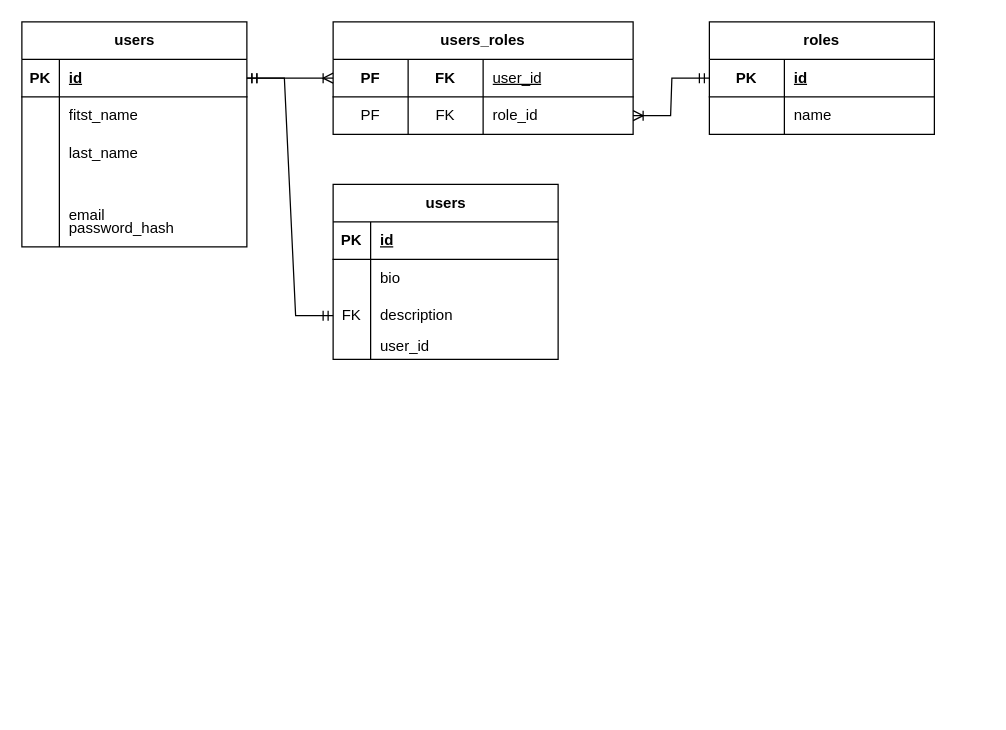
Earlier version of the draw.io diagram page "Página-1" (1 of 2) of 640__Introducao/aula_640.drawio (oscarlmjr/Section_19___EXTRA_Gratis___Bases_de_dados_Relacionais_com_Python___SQL_usando_MySQL). Source tidied: cells renumbered, new cells numbered last; positions are measured from the earlier drawing's top-left corner, leaving out a move shared by most shapes. Both pictures are drawn from the tidied source at 125%, with x=0, y=0 at pixel (21, 21).
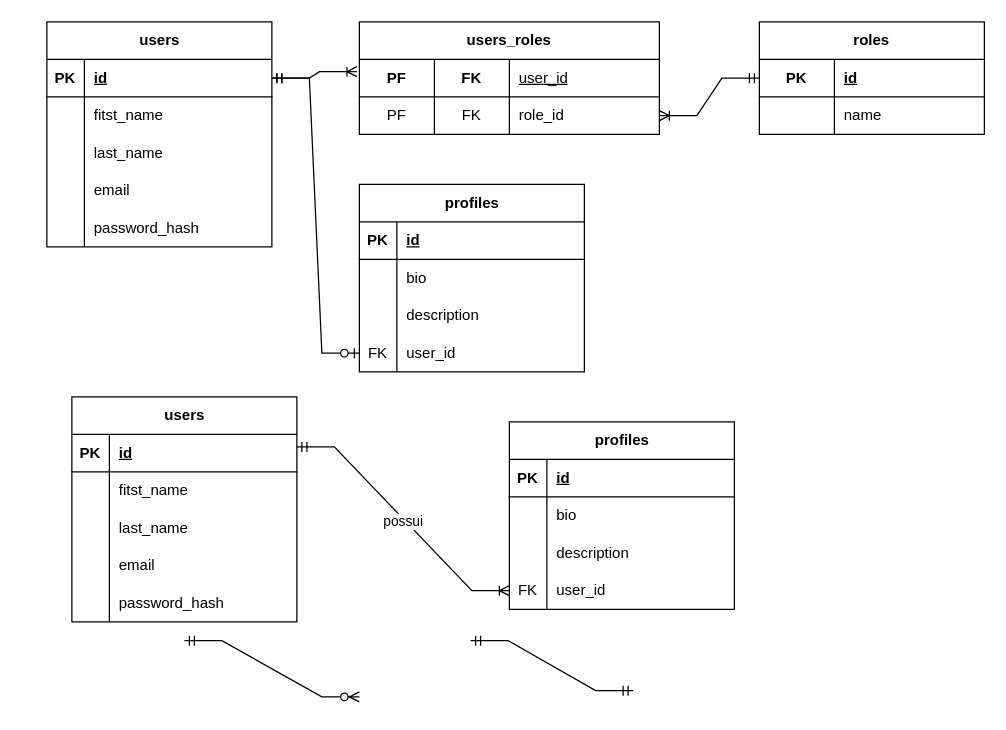
The same diagram, later.

Unchanged cells that the change refers to:
```xml
<mxCell id="9" style="shape=tableRow;horizontal=0;startSize=0;swimlaneHead=0;swimlaneBody=0;fillColor=none;points=[[0,0.5],[1,0.5]];portConstraint=eastwest;top=0;left=0;right=0;bottom=0;" parent="2" vertex="1">
  <mxGeometry y="90" width="180" height="30" as="geometry" />
</mxCell>
<mxCell id="16" style="shape=tableRow;horizontal=0;startSize=0;swimlaneHead=0;swimlaneBody=0;fillColor=none;points=[[0,0.5],[1,0.5]];portConstraint=eastwest;top=0;left=0;right=0;bottom=1;" parent="15" vertex="1">
  <mxGeometry y="30" width="180" height="30" as="geometry" />
</mxCell>
<mxCell id="31" style="shape=tableRow;horizontal=0;startSize=0;swimlaneHead=0;swimlaneBody=0;fillColor=none;top=0;left=0;right=0;bottom=0;" parent="1" vertex="1">
  <mxGeometry x="60" y="140" width="180" height="30" as="geometry" />
</mxCell>
<mxCell id="38" style="shape=tableRow;horizontal=0;startSize=0;swimlaneHead=0;swimlaneBody=0;fillColor=none;points=[[0,0.5],[1,0.5]];portConstraint=eastwest;top=0;left=0;right=0;bottom=1;html=1;" parent="37" vertex="1">
  <mxGeometry y="30" width="240" height="30" as="geometry" />
</mxCell>
<mxCell id="42" style="shape=tableRow;horizontal=0;startSize=0;swimlaneHead=0;swimlaneBody=0;fillColor=none;points=[[0,0.5],[1,0.5]];portConstraint=eastwest;top=0;left=0;right=0;bottom=0;html=1;" parent="37" vertex="1">
  <mxGeometry y="60" width="240" height="30" as="geometry" />
</mxCell>
<mxCell id="47" style="shape=tableRow;horizontal=0;startSize=0;swimlaneHead=0;swimlaneBody=0;fillColor=none;points=[[0,0.5],[1,0.5]];portConstraint=eastwest;top=0;left=0;right=0;bottom=1;html=1;" parent="46" vertex="1">
  <mxGeometry y="30" width="180" height="30" as="geometry" />
</mxCell>
```

What changed in the source:
```diff
@@
-    <mxCell id="2" value="users" style="shape=table;startSize=30;childLayout=tableLayout;rowLines=0;fontStyle=1;align=center;html=1;" parent="1" vertex="1">
-      <mxGeometry x="249" y="130" width="180" height="140" as="geometry" />
+    <mxCell id="2" value="profiles" style="shape=table;startSize=30;childLayout=tableLayout;rowLines=0;fontStyle=1;align=center;html=1;" parent="1" vertex="1">
+      <mxGeometry x="270" y="130" width="180" height="150" as="geometry" />
     </mxCell>
@@
-    <mxCell id="10" value="FK" style="shape=partialRectangle;fillColor=none;top=0;left=0;bottom=0;right=0;overflow=hidden;whiteSpace=wrap;html=1;" parent="9" vertex="1">
+    <mxCell id="10" style="shape=partialRectangle;fillColor=none;top=0;left=0;bottom=0;right=0;overflow=hidden;whiteSpace=wrap;html=1;" parent="9" vertex="1">
       <mxGeometry width="30" height="30" as="geometry" />
     </mxCell>
@@
     <mxCell id="12" style="shape=tableRow;horizontal=0;startSize=0;swimlaneHead=0;swimlaneBody=0;fillColor=none;points=[[0,0.5],[1,0.5]];portConstraint=eastwest;top=0;left=0;right=0;bottom=0;" parent="2" vertex="1">
-      <mxGeometry y="120" width="180" height="20" as="geometry" />
+      <mxGeometry y="120" width="180" height="30" as="geometry" />
     </mxCell>
-    <mxCell id="13" style="shape=partialRectangle;fillColor=none;top=0;left=0;bottom=0;right=0;overflow=hidden;whiteSpace=wrap;html=1;" parent="12" vertex="1">
-      <mxGeometry width="30" height="20" as="geometry" />
+    <mxCell id="13" value="FK" style="shape=partialRectangle;fillColor=none;top=0;left=0;bottom=0;right=0;overflow=hidden;whiteSpace=wrap;html=1;" parent="12" vertex="1">
+      <mxGeometry width="30" height="30" as="geometry" />
     </mxCell>
     <mxCell id="14" value="user_id" style="shape=partialRectangle;fillColor=none;top=0;left=0;bottom=0;right=0;align=left;spacingLeft=6;overflow=hidden;whiteSpace=wrap;html=1;" parent="12" vertex="1">
-      <mxGeometry x="30" width="150" height="20" as="geometry" />
+      <mxGeometry x="30" width="150" height="30" as="geometry" />
     </mxCell>
     <mxCell id="15" value="users" style="shape=table;startSize=30;childLayout=tableLayout;rowLines=0;fontStyle=1;align=center;html=1;" parent="1" vertex="1">
-      <mxGeometry width="180" height="180" as="geometry" />
+      <mxGeometry x="20" width="180" height="180" as="geometry" />
     </mxCell>
@@
-    <mxCell id="33" value="email" style="shape=partialRectangle;fillColor=none;top=0;left=0;bottom=0;right=0;align=left;spacingLeft=6;overflow=hidden;whiteSpace=wrap;html=1;" parent="31" vertex="1">
-      <mxGeometry x="-30" width="150" height="30" as="geometry" />
-    </mxCell>
@@
-    <mxCell id="36" style="edgeStyle=entityRelationEdgeStyle;fontSize=12;html=1;endArrow=ERmandOne;startArrow=ERmandOne;rounded=0;entryX=1;entryY=0.5;entryDx=0;entryDy=0;exitX=0;exitY=0.5;exitDx=0;exitDy=0;" parent="1" edge="1" source="9" target="16">
-      <mxGeometry relative="1" as="geometry" />
-    </mxCell>
     <mxCell id="37" value="users_roles" style="shape=table;startSize=30;childLayout=tableLayout;rowLines=0;fontStyle=1;align=center;html=1;whiteSpace=wrap;" parent="1" vertex="1">
-      <mxGeometry x="249" width="240" height="90" as="geometry" />
+      <mxGeometry x="270" width="240" height="90" as="geometry" />
     </mxCell>
@@
     <mxCell id="46" value="roles" style="shape=table;startSize=30;childLayout=tableLayout;rowLines=0;fontStyle=1;align=center;html=1;whiteSpace=wrap;" parent="1" vertex="1">
-      <mxGeometry x="550" width="180" height="90" as="geometry" />
+      <mxGeometry x="590" width="180" height="90" as="geometry" />
     </mxCell>
@@
+    <mxCell id="55" value="users" style="shape=table;startSize=30;childLayout=tableLayout;rowLines=0;fontStyle=1;align=center;html=1;" parent="1" vertex="1">
+      <mxGeometry x="40" y="300" width="180" height="180" as="geometry" />
+    </mxCell>
+    <mxCell id="56" style="shape=tableRow;horizontal=0;startSize=0;swimlaneHead=0;swimlaneBody=0;fillColor=none;top=0;left=0;right=0;bottom=1;" parent="55" vertex="1">
+      <mxGeometry y="30" width="180" height="30" as="geometry" />
+    </mxCell>
+    <mxCell id="57" value="PK" style="shape=partialRectangle;fillColor=none;top=0;left=0;bottom=0;right=0;fontStyle=1;overflow=hidden;whiteSpace=wrap;html=1;" parent="56" vertex="1">
+      <mxGeometry width="30" height="30" as="geometry" />
+    </mxCell>
+    <mxCell id="58" value="id" style="shape=partialRectangle;fillColor=none;top=0;left=0;bottom=0;right=0;align=left;spacingLeft=6;fontStyle=5;overflow=hidden;whiteSpace=wrap;html=1;" parent="56" vertex="1">
+      <mxGeometry x="30" width="150" height="30" as="geometry" />
+    </mxCell>
+    <mxCell id="59" style="shape=tableRow;horizontal=0;startSize=0;swimlaneHead=0;swimlaneBody=0;fillColor=none;top=0;left=0;right=0;bottom=0;" parent="55" vertex="1">
+      <mxGeometry y="60" width="180" height="30" as="geometry" />
+    </mxCell>
+    <mxCell id="60" style="shape=partialRectangle;fillColor=none;top=0;left=0;bottom=0;right=0;overflow=hidden;whiteSpace=wrap;html=1;" parent="59" vertex="1">
+      <mxGeometry width="30" height="30" as="geometry" />
+    </mxCell>
+    <mxCell id="61" value="fitst_name" style="shape=partialRectangle;fillColor=none;top=0;left=0;bottom=0;right=0;align=left;spacingLeft=6;overflow=hidden;whiteSpace=wrap;html=1;" parent="59" vertex="1">
+      <mxGeometry x="30" width="150" height="30" as="geometry" />
+    </mxCell>
+    <mxCell id="62" style="shape=tableRow;horizontal=0;startSize=0;swimlaneHead=0;swimlaneBody=0;fillColor=none;top=0;left=0;right=0;bottom=0;" parent="55" vertex="1">
+      <mxGeometry y="90" width="180" height="30" as="geometry" />
+    </mxCell>
+    <mxCell id="63" style="shape=partialRectangle;fillColor=none;top=0;left=0;bottom=0;right=0;overflow=hidden;whiteSpace=wrap;html=1;" parent="62" vertex="1">
+      <mxGeometry width="30" height="30" as="geometry" />
+    </mxCell>
+    <mxCell id="64" value="last_name" style="shape=partialRectangle;fillColor=none;top=0;left=0;bottom=0;right=0;align=left;spacingLeft=6;overflow=hidden;whiteSpace=wrap;html=1;" parent="62" vertex="1">
+      <mxGeometry x="30" width="150" height="30" as="geometry" />
+    </mxCell>
+    <mxCell id="65" style="shape=tableRow;horizontal=0;startSize=0;swimlaneHead=0;swimlaneBody=0;fillColor=none;top=0;left=0;right=0;bottom=0;" parent="55" vertex="1">
+      <mxGeometry y="120" width="180" height="30" as="geometry" />
+    </mxCell>
+    <mxCell id="66" style="shape=partialRectangle;fillColor=none;top=0;left=0;bottom=0;right=0;overflow=hidden;whiteSpace=wrap;html=1;" parent="65" vertex="1">
+      <mxGeometry width="30" height="30" as="geometry" />
+    </mxCell>
+    <mxCell id="67" style="shape=partialRectangle;fillColor=none;top=0;left=0;bottom=0;right=0;align=left;spacingLeft=6;overflow=hidden;whiteSpace=wrap;html=1;" parent="65" vertex="1">
+      <mxGeometry x="30" width="150" height="30" as="geometry" />
+    </mxCell>
+    <mxCell id="68" style="shape=tableRow;horizontal=0;startSize=0;swimlaneHead=0;swimlaneBody=0;fillColor=none;top=0;left=0;right=0;bottom=0;" parent="55" vertex="1">
+      <mxGeometry y="150" width="180" height="30" as="geometry" />
+    </mxCell>
+    <mxCell id="69" style="shape=partialRectangle;fillColor=none;top=0;left=0;bottom=0;right=0;overflow=hidden;whiteSpace=wrap;html=1;" parent="68" vertex="1">
+      <mxGeometry width="30" height="30" as="geometry" />
+    </mxCell>
+    <mxCell id="70" value="password_hash" style="shape=partialRectangle;fillColor=none;top=0;left=0;bottom=0;right=0;align=left;spacingLeft=6;overflow=hidden;whiteSpace=wrap;html=1;" parent="68" vertex="1">
+      <mxGeometry x="30" width="150" height="30" as="geometry" />
+    </mxCell>
+    <mxCell id="71" style="shape=partialRectangle;fillColor=none;top=0;left=0;bottom=0;right=0;overflow=hidden;whiteSpace=wrap;html=1;" parent="1" vertex="1">
+      <mxGeometry x="200" y="390" width="30" height="30" as="geometry" />
+    </mxCell>
+    <mxCell id="72" value="email" style="shape=partialRectangle;fillColor=none;top=0;left=0;bottom=0;right=0;align=left;spacingLeft=6;overflow=hidden;whiteSpace=wrap;html=1;" parent="1" vertex="1">
+      <mxGeometry x="70" y="420" width="150" height="30" as="geometry" />
+    </mxCell>
+    <mxCell id="73" style="shape=partialRectangle;fillColor=none;top=0;left=0;bottom=0;right=0;overflow=hidden;whiteSpace=wrap;html=1;" parent="1" vertex="1">
+      <mxGeometry x="270" y="510" width="30" height="30" as="geometry" />
+    </mxCell>
+    <mxCell id="74" value="profiles" style="shape=table;startSize=30;childLayout=tableLayout;rowLines=0;fontStyle=1;align=center;html=1;" parent="1" vertex="1">
+      <mxGeometry x="390" y="320" width="180" height="150" as="geometry" />
+    </mxCell>
+    <mxCell id="75" style="shape=tableRow;horizontal=0;startSize=0;swimlaneHead=0;swimlaneBody=0;fillColor=none;top=0;left=0;right=0;bottom=1;" parent="74" vertex="1">
+      <mxGeometry y="30" width="180" height="30" as="geometry" />
+    </mxCell>
+    <mxCell id="76" value="PK" style="shape=partialRectangle;fillColor=none;top=0;left=0;bottom=0;right=0;fontStyle=1;overflow=hidden;whiteSpace=wrap;html=1;" parent="75" vertex="1">
+      <mxGeometry width="30" height="30" as="geometry" />
+    </mxCell>
+    <mxCell id="77" value="id" style="shape=partialRectangle;fillColor=none;top=0;left=0;bottom=0;right=0;align=left;spacingLeft=6;fontStyle=5;overflow=hidden;whiteSpace=wrap;html=1;" parent="75" vertex="1">
+      <mxGeometry x="30" width="150" height="30" as="geometry" />
+    </mxCell>
+    <mxCell id="78" style="shape=tableRow;horizontal=0;startSize=0;swimlaneHead=0;swimlaneBody=0;fillColor=none;top=0;left=0;right=0;bottom=0;" parent="74" vertex="1">
+      <mxGeometry y="60" width="180" height="30" as="geometry" />
+    </mxCell>
+    <mxCell id="79" style="shape=partialRectangle;fillColor=none;top=0;left=0;bottom=0;right=0;overflow=hidden;whiteSpace=wrap;html=1;" parent="78" vertex="1">
+      <mxGeometry width="30" height="30" as="geometry" />
+    </mxCell>
+    <mxCell id="80" value="bio" style="shape=partialRectangle;fillColor=none;top=0;left=0;bottom=0;right=0;align=left;spacingLeft=6;overflow=hidden;whiteSpace=wrap;html=1;" parent="78" vertex="1">
+      <mxGeometry x="30" width="150" height="30" as="geometry" />
+    </mxCell>
+    <mxCell id="81" style="shape=tableRow;horizontal=0;startSize=0;swimlaneHead=0;swimlaneBody=0;fillColor=none;top=0;left=0;right=0;bottom=0;" parent="74" vertex="1">
+      <mxGeometry y="90" width="180" height="30" as="geometry" />
+    </mxCell>
+    <mxCell id="82" style="shape=partialRectangle;fillColor=none;top=0;left=0;bottom=0;right=0;overflow=hidden;whiteSpace=wrap;html=1;" parent="81" vertex="1">
+      <mxGeometry width="30" height="30" as="geometry" />
+    </mxCell>
+    <mxCell id="83" value="description" style="shape=partialRectangle;fillColor=none;top=0;left=0;bottom=0;right=0;align=left;spacingLeft=6;overflow=hidden;whiteSpace=wrap;html=1;" parent="81" vertex="1">
+      <mxGeometry x="30" width="150" height="30" as="geometry" />
+    </mxCell>
+    <mxCell id="84" style="shape=tableRow;horizontal=0;startSize=0;swimlaneHead=0;swimlaneBody=0;fillColor=none;points=[[0,0.5],[1,0.5]];portConstraint=eastwest;top=0;left=0;right=0;bottom=0;" parent="74" vertex="1">
+      <mxGeometry y="120" width="180" height="30" as="geometry" />
+    </mxCell>
+    <mxCell id="85" value="FK" style="shape=partialRectangle;fillColor=none;top=0;left=0;bottom=0;right=0;overflow=hidden;whiteSpace=wrap;html=1;" parent="84" vertex="1">
+      <mxGeometry width="30" height="30" as="geometry" />
+    </mxCell>
+    <mxCell id="86" value="user_id" style="shape=partialRectangle;fillColor=none;top=0;left=0;bottom=0;right=0;align=left;spacingLeft=6;overflow=hidden;whiteSpace=wrap;html=1;" parent="84" vertex="1">
+      <mxGeometry x="30" width="150" height="30" as="geometry" />
+    </mxCell>
+    <mxCell id="87" style="edgeStyle=entityRelationEdgeStyle;fontSize=12;html=1;endArrow=ERmandOne;startArrow=ERmandOne;rounded=0;" parent="1" edge="1">
+      <mxGeometry relative="1" as="geometry">
+        <mxPoint x="359" y="495" as="sourcePoint" />
+        <mxPoint x="489" y="535" as="targetPoint" />
+      </mxGeometry>
+    </mxCell>
+    <mxCell id="33" value="email" style="shape=partialRectangle;fillColor=none;top=0;left=0;bottom=0;right=0;align=left;spacingLeft=6;overflow=hidden;whiteSpace=wrap;html=1;" parent="1" vertex="1">
+      <mxGeometry x="50" y="120" width="150" height="30" as="geometry" />
+    </mxCell>
+    <mxCell id="88" style="edgeStyle=entityRelationEdgeStyle;fontSize=12;html=1;endArrow=ERzeroToMany;startArrow=ERmandOne;rounded=0;" parent="1" edge="1">
+      <mxGeometry relative="1" as="geometry">
+        <mxPoint x="130" y="495" as="sourcePoint" />
+        <mxPoint x="270" y="540" as="targetPoint" />
+      </mxGeometry>
+    </mxCell>
+    <mxCell id="89" style="edgeStyle=entityRelationEdgeStyle;fontSize=12;html=1;endArrow=ERoneToMany;startArrow=ERmandOne;rounded=0;entryX=0;entryY=0.5;entryDx=0;entryDy=0;" parent="1" edge="1" target="84">
+      <mxGeometry relative="1" as="geometry">
+        <mxPoint x="220" y="340" as="sourcePoint" />
+      </mxGeometry>
+    </mxCell>
+    <mxCell id="90" value="possui" style="edgeLabel;html=1;align=center;verticalAlign=middle;" parent="89" vertex="1">
+      <mxGeometry x="0.01" y="-2" relative="1" as="geometry" />
+    </mxCell>
+    <mxCell id="91" style="edgeStyle=entityRelationEdgeStyle;fontSize=12;html=1;endArrow=ERzeroToOne;startArrow=ERmandOne;rounded=0;" parent="1" edge="1" source="16" target="12">
+      <mxGeometry relative="1" as="geometry" />
+    </mxCell>
+    <mxCell id="54" style="edgeStyle=entityRelationEdgeStyle;fontSize=12;html=1;endArrow=ERoneToMany;startArrow=ERmandOne;rounded=0;entryX=-0.008;entryY=0.328;entryDx=0;entryDy=0;entryPerimeter=0;exitX=1;exitY=0.5;exitDx=0;exitDy=0;" parent="1" edge="1" source="16" target="38">
+      <mxGeometry relative="1" as="geometry" />
+    </mxCell>
-    <mxCell id="53" style="edgeStyle=entityRelationEdgeStyle;fontSize=12;html=1;endArrow=ERoneToMany;startArrow=ERmandOne;rounded=0;exitX=0;exitY=0.5;exitDx=0;exitDy=0;entryX=1;entryY=0.5;entryDx=0;entryDy=0;" parent="1" edge="1" source="47" target="42">
+    <mxCell id="53" style="edgeStyle=entityRelationEdgeStyle;fontSize=12;html=1;endArrow=ERoneToMany;startArrow=ERmandOne;rounded=0;entryX=1;entryY=0.5;entryDx=0;entryDy=0;exitX=0;exitY=0.5;exitDx=0;exitDy=0;" parent="1" edge="1" source="47" target="42">
       <mxGeometry relative="1" as="geometry" />
     </mxCell>
-    <mxCell id="54" style="edgeStyle=entityRelationEdgeStyle;fontSize=12;html=1;endArrow=ERoneToMany;startArrow=ERmandOne;rounded=0;exitX=1;exitY=0.5;exitDx=0;exitDy=0;entryX=0;entryY=0.5;entryDx=0;entryDy=0;" parent="1" edge="1" source="16" target="38">
-      <mxGeometry relative="1" as="geometry" />
-    </mxCell>
```
